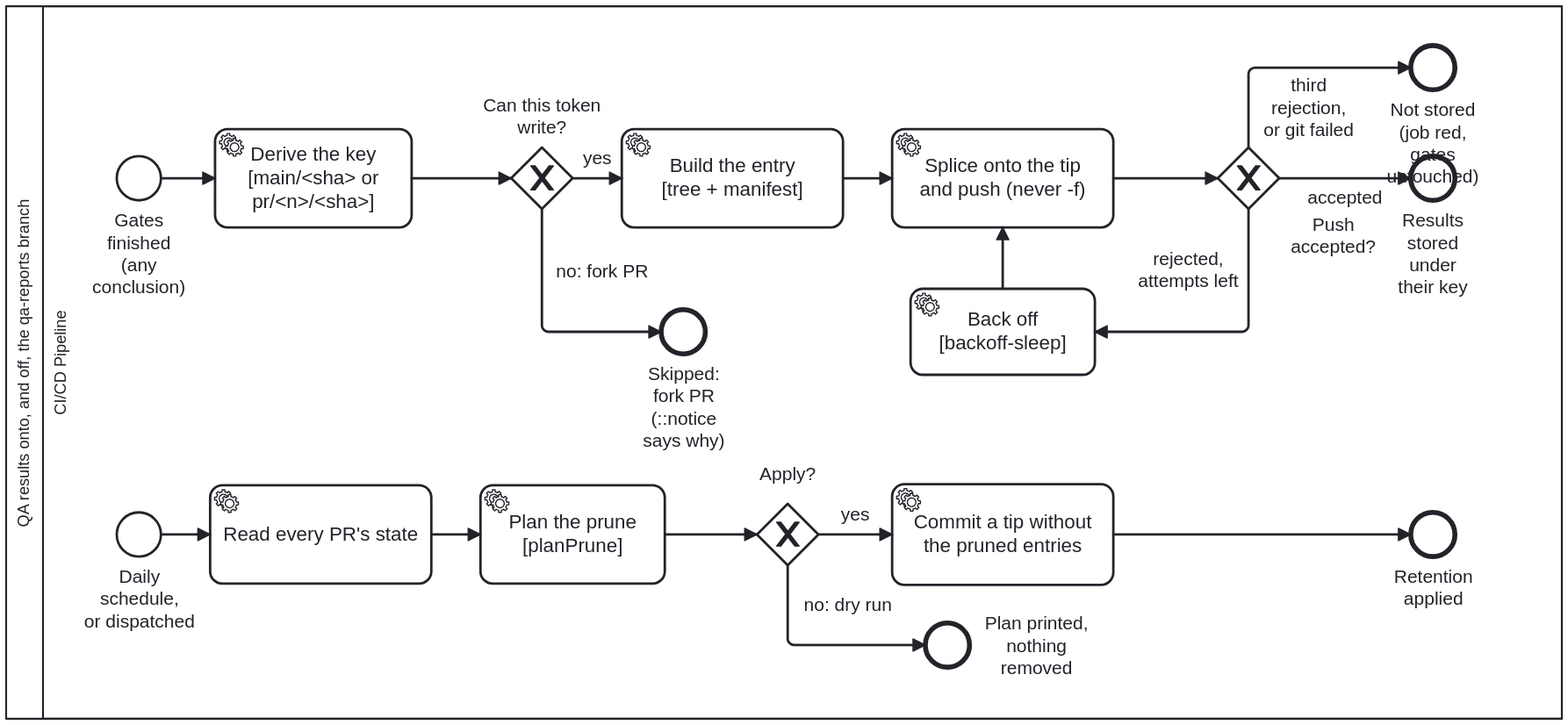
The BPMN diagram docs/assets/img/workflows/qa-publish.svg in litlfred/cat-harness, before a commit. Its source is kept beside it as processes/sdlc/qa-publish.bpmn. Ids are renumbered.
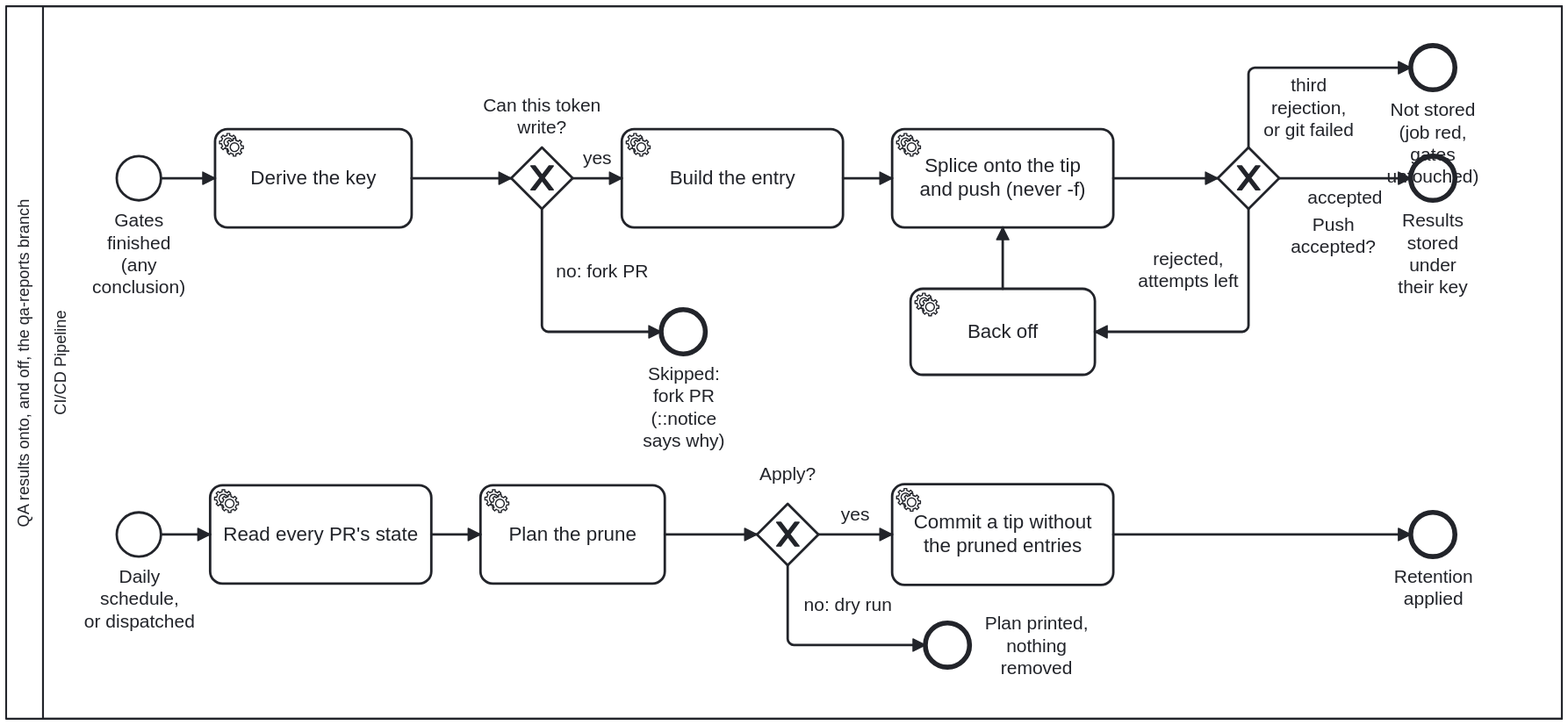
After the commit.

Change to the diagram source:
```diff
@@ -82,8 +82,8 @@
       <bpmn:outgoing>P01</bpmn:outgoing>
     </bpmn:startEvent>
 
-    <bpmn:serviceTask id="Task_DeriveKey" name="Derive the key&#10;[main/&lt;sha&gt; or pr/&lt;n&gt;/&lt;sha&gt;]">
-      <bpmn:documentation>`qa:publish --github` reads the event: a push to main publishes under `main/&lt;sha&gt;/`, a pull request under `pr/&lt;n&gt;/&lt;head-sha&gt;/` — the head that was tested, not the merge ref. It also reads whether the token can write, which the gateway after it routes on.</bpmn:documentation>
+    <bpmn:serviceTask id="Task_DeriveKey" name="Derive the key">
+      <bpmn:documentation>`qa:publish --github` reads the event: a push to main publishes under `main/&lt;sha&gt;/`, a pull request under `pr/&lt;n&gt;/&lt;head-sha&gt;/` — the head that was tested, not the merge ref. It also reads whether the token can write, which the gateway after it routes on. The key is `main/&lt;sha&gt;` or `pr/&lt;n&gt;/&lt;sha&gt;`.</bpmn:documentation>
       <bpmn:extensionElements>
         <bootstrap.processes:skill ref="qa-reports" />
       </bpmn:extensionElements>
@@ -103,7 +103,7 @@
       <bpmn:incoming>P04</bpmn:incoming>
     </bpmn:endEvent>
 
-    <bpmn:serviceTask id="Task_BuildEntry" name="Build the entry&#10;[tree + manifest]">
+    <bpmn:serviceTask id="Task_BuildEntry" name="Build the entry">
       <bpmn:documentation>First the working copy is produced (`qa:refresh`, bean `3hk4`): while the checkout still tracks `test/results/`, the commit's own copy is the record and nothing runs; once it does not, every declared QA writer runs into the empty tree, because the gates are in judge mode and wrote nothing a publish could carry. A refresh that leaves a writer failed, a family empty or a file unclaimed is INCOMPLETE: the job goes red and `qa:publish --completeness` refuses, so a partial tree is never stored as the commit's record — the "Not stored" outcome, reached before any push. Then it hashes the working copy of every declared `qa` directory (`&lt;instance&gt;/test/results/**`, byte-identical to the checkout's layout) into a tree through a private index, and writes `manifest.json` (`qa-reports-manifest/v1`): inputs, producers, verdict counts and the gates' result. Identical JSON is the same blob, so an unchanged family costs nothing to store again. Its git objects live in a private bare repository, never in the checkout's own store.</bpmn:documentation>
       <bpmn:extensionElements>
         <bootstrap.processes:skill ref="qa-reports" />
@@ -130,7 +130,7 @@
       <bpmn:outgoing>P10</bpmn:outgoing>
     </bpmn:exclusiveGateway>
 
-    <bpmn:serviceTask id="Task_Backoff" name="Back off&#10;[backoff-sleep]">
+    <bpmn:serviceTask id="Task_Backoff" name="Back off">
       <bpmn:documentation>Wait the same intervals `backoff-sleep.ts` uses, then go round again: fetch the new tip and splice onto it. Three attempts in all.</bpmn:documentation>
       <bpmn:extensionElements>
         <bootstrap.processes:skill ref="qa-reports" />
@@ -165,7 +165,7 @@
       <bpmn:outgoing>R02</bpmn:outgoing>
     </bpmn:serviceTask>
 
-    <bpmn:serviceTask id="Task_PlanPrune" name="Plan the prune&#10;[planPrune]">
+    <bpmn:serviceTask id="Task_PlanPrune" name="Plan the prune">
       <bpmn:documentation>Keep every `main/&lt;sha&gt;` for 90 days and one per day after that; drop `pr/&lt;n&gt;` 7 days after the PR closed. The rule is `planPrune` in `scripts/qa-store.ts`, pinned by its tests, and the plan is printed whether or not it is applied.</bpmn:documentation>
       <bpmn:extensionElements>
         <bootstrap.processes:skill ref="qa-reports" />
```
